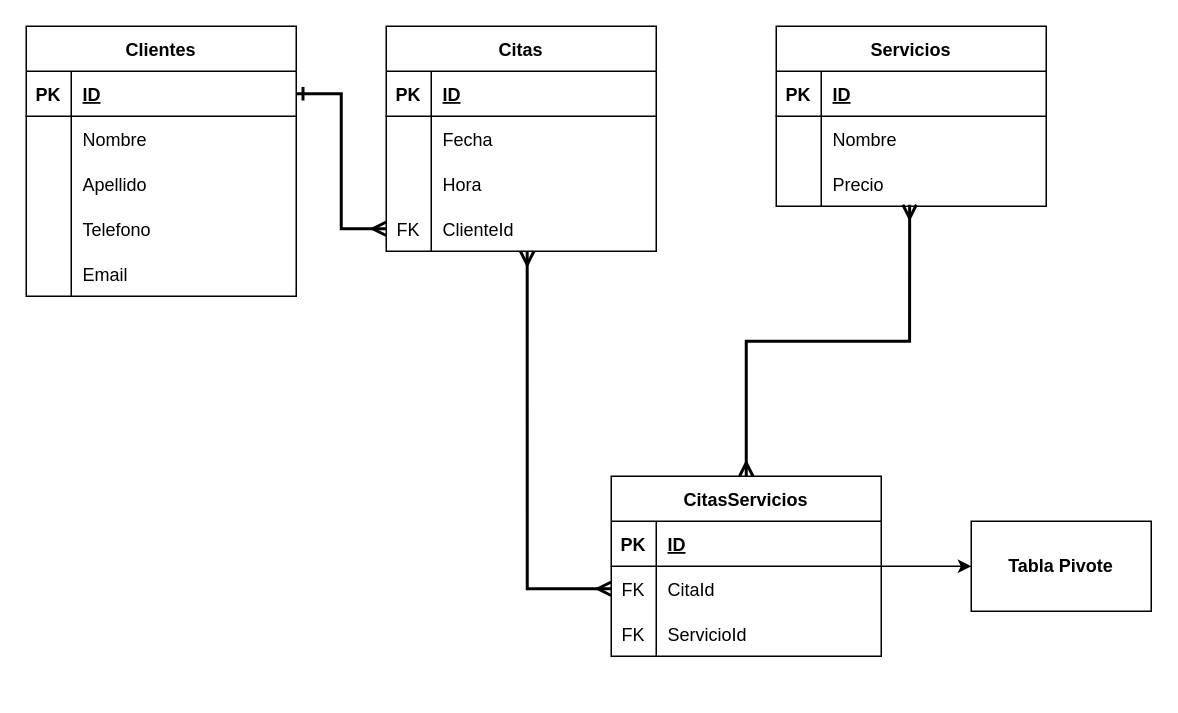
The draw.io diagram desarrollo-web-juan/appsalon/Diagrama ER AppSalon.drawio in codewithleader/SQL, before the edit. Source tidied: cells renumbered, new cells numbered last; positions are measured from the earlier drawing's top-left corner, leaving out a move shared by most shapes. Both pictures are drawn from the tidied source at 150%, with x=0, y=0 at pixel (26, 26).
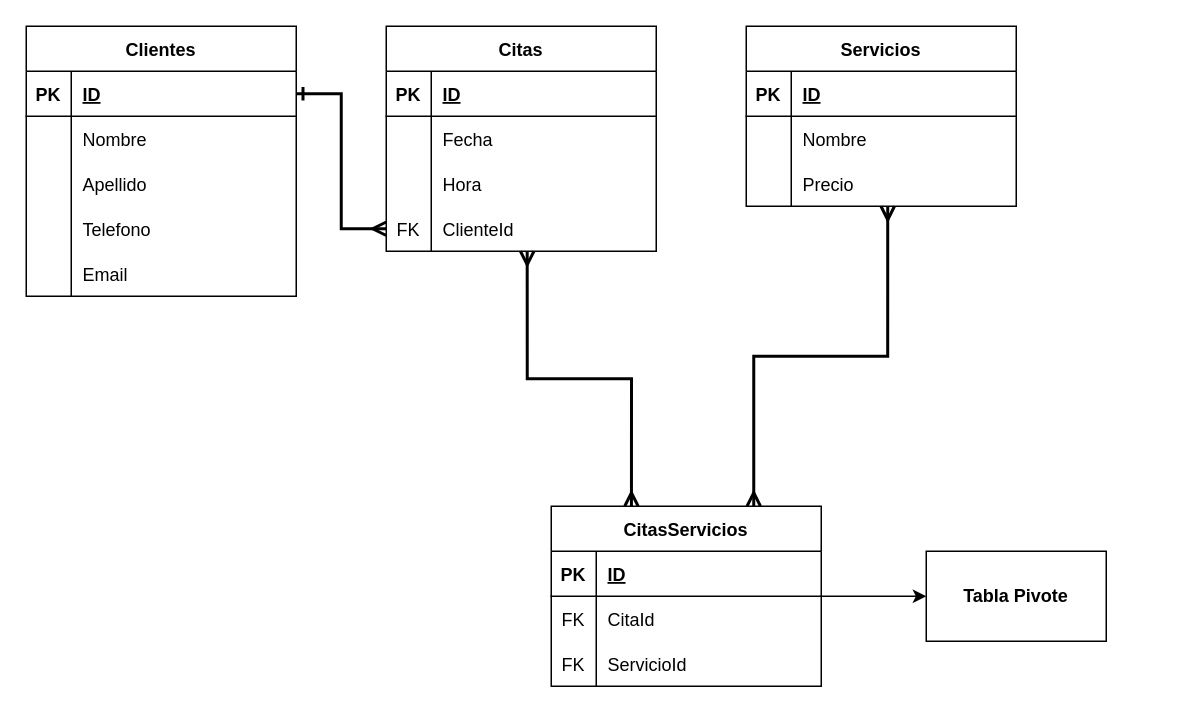
The same page after the edit.

Commit message:
diagram entity relation tabla pivote2

The change refers to these unchanged cells:
```xml
<mxCell id="30" style="shape=tableRow;horizontal=0;startSize=0;swimlaneHead=0;swimlaneBody=0;fillColor=none;points=[[0,0.5],[1,0.5]];portConstraint=eastwest;top=0;left=0;right=0;bottom=0;" parent="20" vertex="1">
  <mxGeometry y="120" width="180" height="30" as="geometry" />
</mxCell>
<mxCell id="38" style="shape=tableRow;horizontal=0;startSize=0;swimlaneHead=0;swimlaneBody=0;fillColor=none;points=[[0,0.5],[1,0.5]];portConstraint=eastwest;top=0;left=0;right=0;bottom=0;" parent="34" vertex="1">
  <mxGeometry y="60" width="180" height="30" as="geometry" />
</mxCell>
<mxCell id="51" style="shape=tableRow;horizontal=0;startSize=0;swimlaneHead=0;swimlaneBody=0;fillColor=none;points=[[0,0.5],[1,0.5]];portConstraint=eastwest;top=0;left=0;right=0;bottom=0;" parent="44" vertex="1">
  <mxGeometry y="90" width="180" height="30" as="geometry" />
</mxCell>
```

The edit, as a diff of the source:
```diff
@@
-    <mxCell id="19" style="edgeStyle=orthogonalEdgeStyle;rounded=0;jettySize=auto;html=1;startArrow=ERmany;startFill=0;endArrow=ERmany;endFill=0;exitX=0.522;exitY=1;exitDx=0;exitDy=0;entryX=0;entryY=0.5;entryDx=0;entryDy=0;strokeWidth=2;exitPerimeter=0;" parent="1" edge="1" source="30" target="38">
+    <mxCell id="19" style="edgeStyle=orthogonalEdgeStyle;rounded=0;jettySize=auto;html=1;startArrow=ERmany;startFill=0;endArrow=ERmany;endFill=0;exitX=0.522;exitY=1;exitDx=0;exitDy=0;entryX=0.297;entryY=0;entryDx=0;entryDy=0;strokeWidth=2;exitPerimeter=0;entryPerimeter=0;" parent="1" edge="1" source="30" target="34">
       <mxGeometry relative="1" as="geometry" />
     </mxCell>
@@
     <mxCell id="34" value="CitasServicios" style="shape=table;startSize=30;childLayout=tableLayout;rowLines=0;fontStyle=1;align=center;" parent="1" vertex="1">
-      <mxGeometry x="390" y="300" width="180" height="120" as="geometry" />
+      <mxGeometry x="350" y="320" width="180" height="120" as="geometry" />
     </mxCell>
@@
     <mxCell id="44" value="Servicios" style="shape=table;startSize=30;childLayout=tableLayout;rowLines=0;fontStyle=1;align=center;" parent="1" vertex="1">
-      <mxGeometry x="500" width="180" height="120" as="geometry" />
+      <mxGeometry x="480" width="180" height="120" as="geometry" />
     </mxCell>
@@
-    <mxCell id="54" style="edgeStyle=orthogonalEdgeStyle;fontSize=12;html=1;endArrow=ERmany;startArrow=ERmany;rounded=0;strokeWidth=2;exitX=0.494;exitY=0.967;exitDx=0;exitDy=0;exitPerimeter=0;entryX=0.5;entryY=0;entryDx=0;entryDy=0;" parent="1" edge="1" source="51" target="34">
+    <mxCell id="54" style="edgeStyle=orthogonalEdgeStyle;fontSize=12;html=1;endArrow=ERmany;startArrow=ERmany;rounded=0;strokeWidth=2;exitX=0.524;exitY=1.001;exitDx=0;exitDy=0;exitPerimeter=0;entryX=0.75;entryY=0;entryDx=0;entryDy=0;" parent="1" edge="1" source="51" target="34">
       <mxGeometry relative="1" as="geometry" />
     </mxCell>
     <mxCell id="55" value="Tabla Pivote" style="whiteSpace=wrap;html=1;startSize=30;fontStyle=1;" parent="1" vertex="1">
-      <mxGeometry x="630" y="330" width="120" height="60" as="geometry" />
+      <mxGeometry x="600" y="350" width="120" height="60" as="geometry" />
     </mxCell>
```
